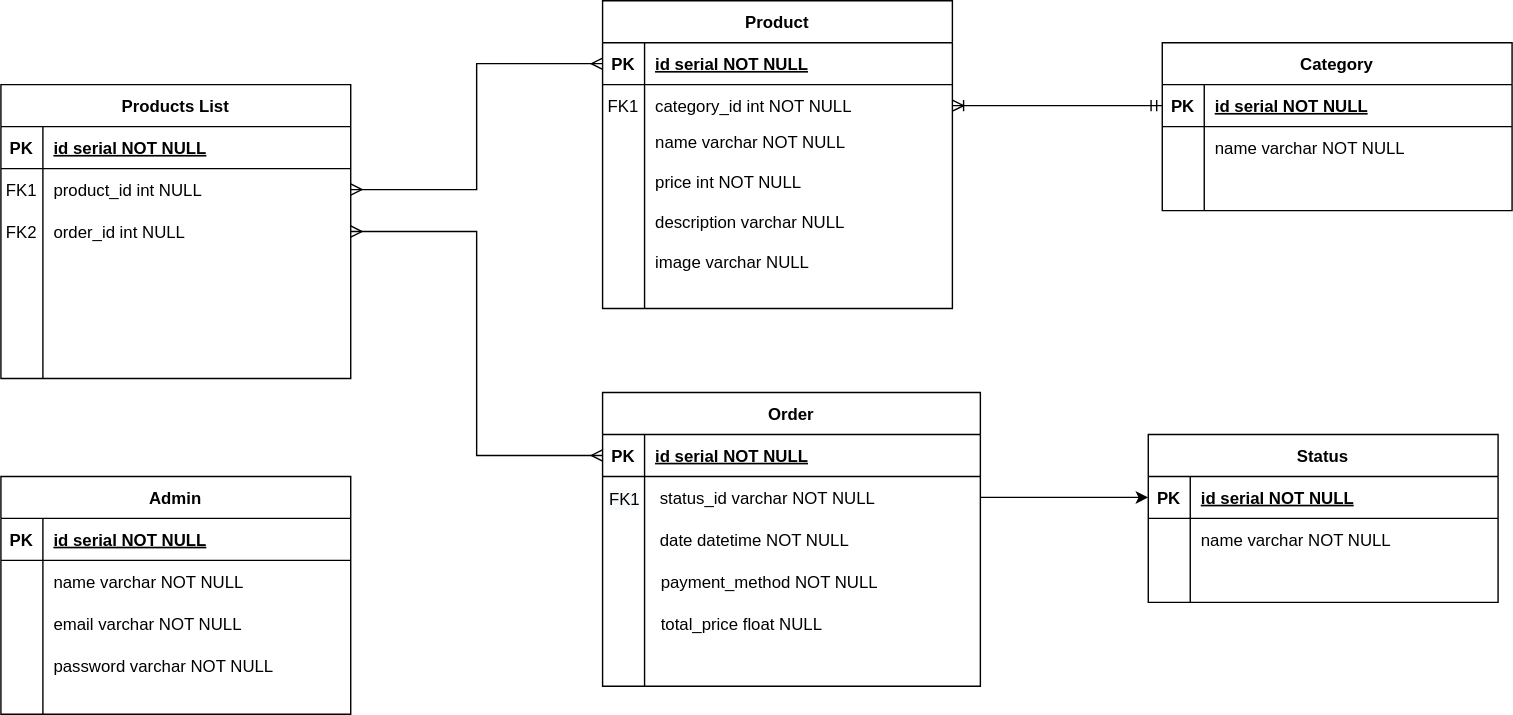
The draw.io diagram kitchin.svg in brunocamposal/kitchin-kanri, before a commit. Source tidied: cells renumbered, new cells last; positions are measured from the earlier drawing's top-left corner, leaving out a move shared by most shapes.
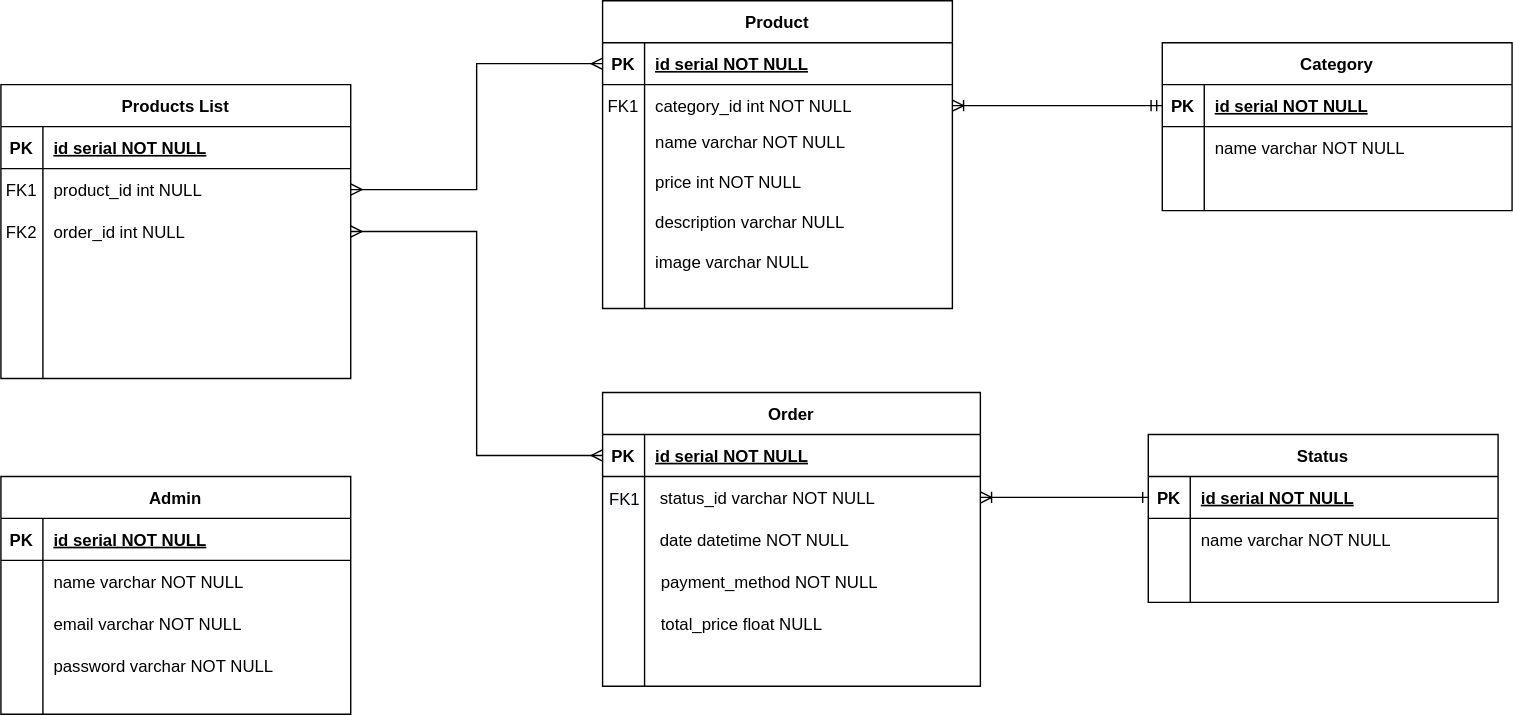
After the commit.

The edit, as a diff of the source:
```diff
@@ -254,7 +254,7 @@
     <mxCell id="85" value="password varchar NOT NULL" style="shape=partialRectangle;overflow=hidden;fillColor=none;top=0;left=0;bottom=0;right=0;align=left;spacingLeft=6;" parent="1" vertex="1">
       <mxGeometry x="30" y="460" width="220" height="30" as="geometry" />
     </mxCell>
-    <mxCell id="86" style="edgeStyle=orthogonalEdgeStyle;rounded=0;jettySize=auto;html=1;exitX=1;exitY=0.5;exitDx=0;exitDy=0;" parent="1" edge="1" source="8" target="48">
+    <mxCell id="86" style="edgeStyle=orthogonalEdgeStyle;rounded=0;jettySize=auto;html=1;exitX=1;exitY=0.5;exitDx=0;exitDy=0;endArrow=ERone;endFill=0;startArrow=ERoneToMany;startFill=0;" parent="1" edge="1" source="8" target="48">
       <mxGeometry relative="1" as="geometry" />
     </mxCell>
   </root>
```
